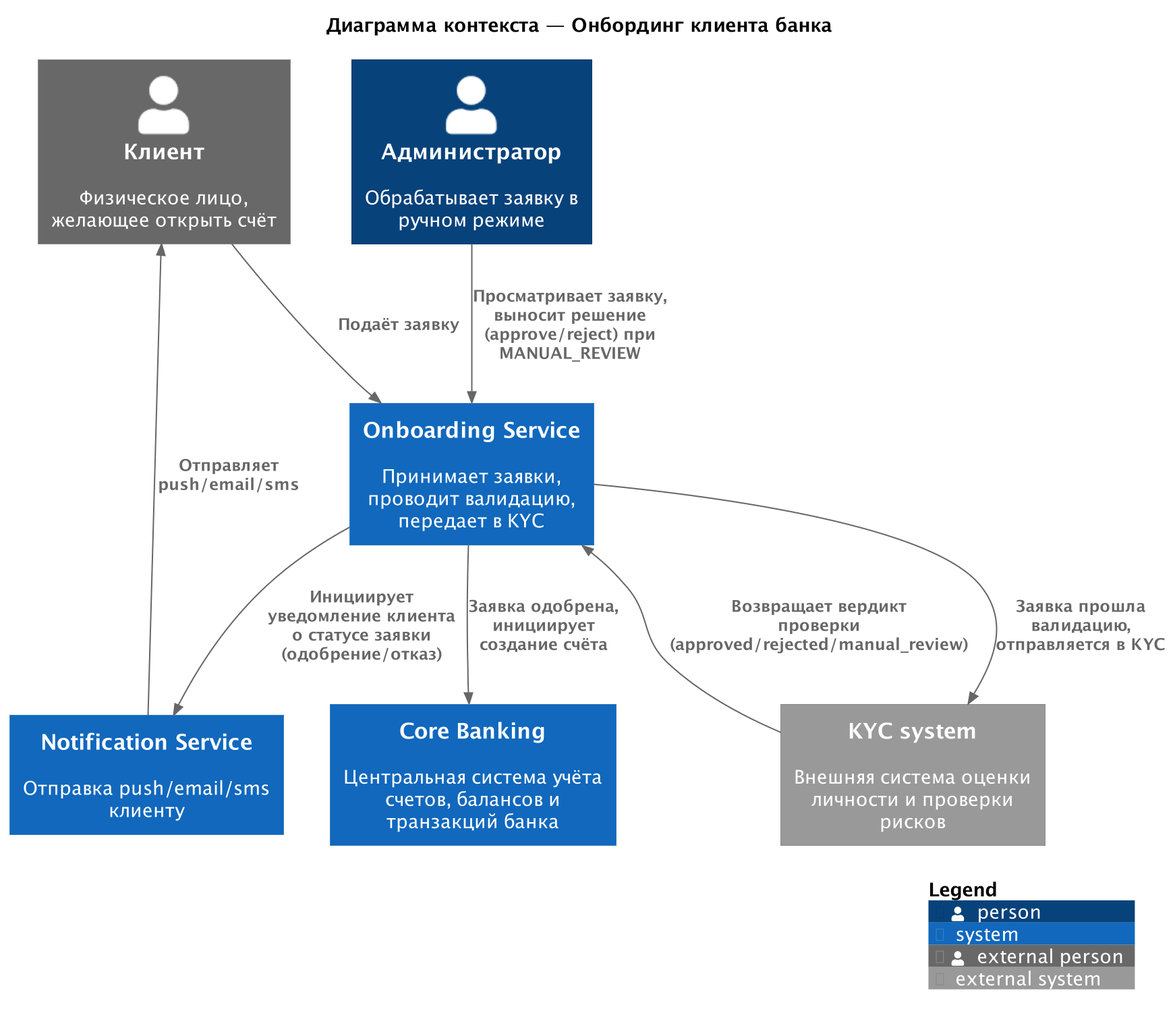
The PlantUML diagram diagrams/exports/C4_Context_Онбординг.png in PulyaIvan/digital-client-onboarding, before a commit. The source it was exported from:
```plantuml
@startuml C4_Context_Онбординг
!include https://raw.githubusercontent.com/plantuml-stdlib/C4-PlantUML/master/C4_Context.puml
title Диаграмма контекста — Онбординг клиента банка
scale 2

Person_Ext(Client, "Клиент", "Физическое лицо, желающее открыть счёт")
Person(Admin, "Администратор", "Обрабатывает заявку в ручном режиме")

System(Onboarding, "Onboarding Service", "Принимает заявки, проводит валидацию, передает в KYC")
System_Ext(KYC, "KYC system", "Внешняя система оценки личности и проверки рисков")
System(Core_Banking, "Core Banking", "Центральная система учёта счетов, балансов и транзакций банка")
System(Notification_service, "Notification Service", "Отправка push/email/sms клиенту")

Rel(Client, Onboarding, "Подаёт заявку")
Rel(Admin, Onboarding, "Просматривает заявку, выносит решение\n(approve/reject) при MANUAL_REVIEW")
Rel(Onboarding, KYC, "Заявка прошла валидацию, отправляется в KYC")
Rel(KYC, Onboarding, "Возвращает вердикт проверки\n(approved/rejected/manual_review)")
Rel(Onboarding, Core_Banking, "Заявка одобрена, инициирует\nсоздание счёта")
Rel(Onboarding, Notification_service, "Инициирует уведомление клиента\nо статусе заявки (одобрение/отказ)")
Rel(Notification_service, Client, "Отправляет push/email/sms")

SHOW_LEGEND()
@enduml
```
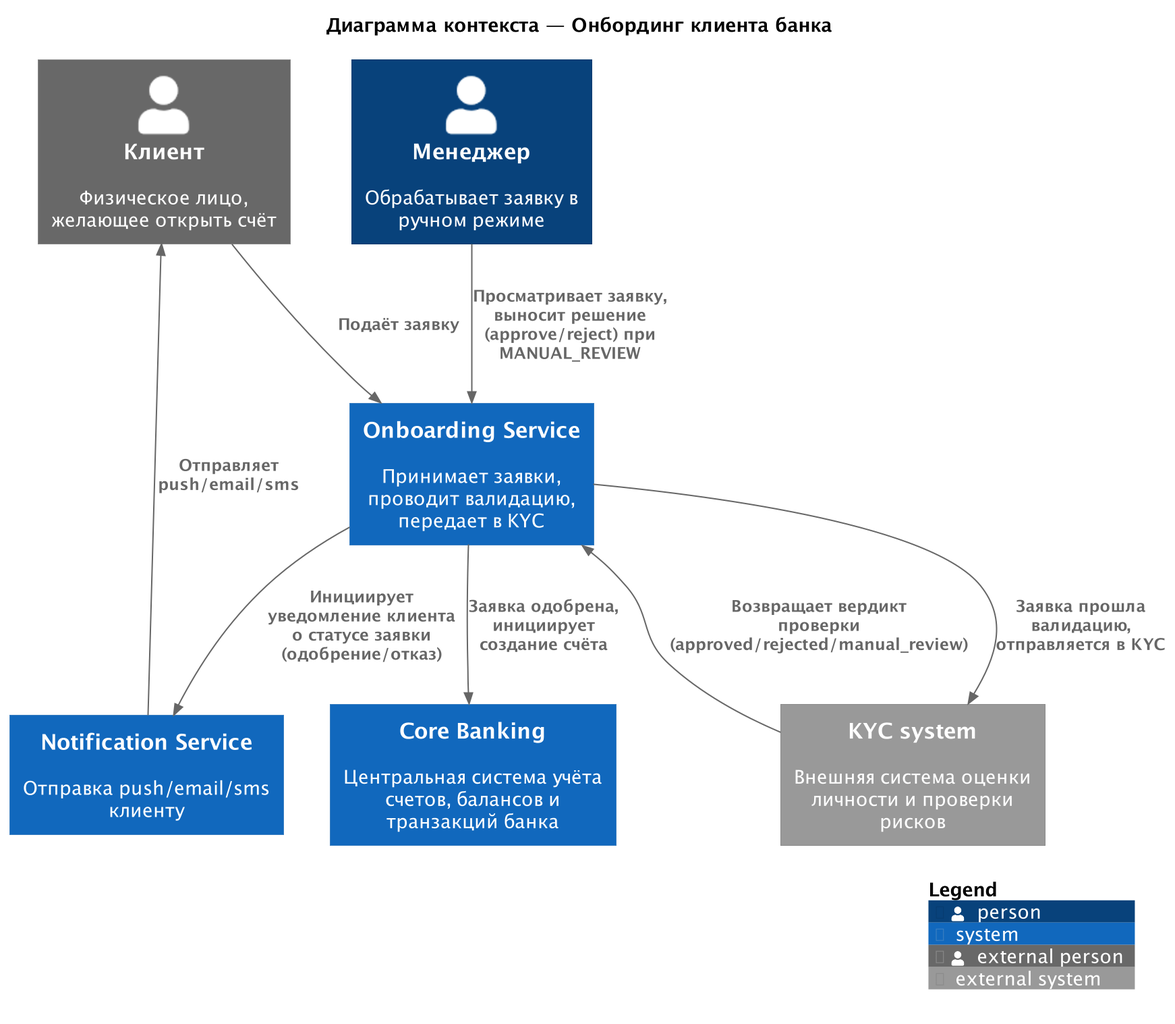
After the change.

The edit, as a diff of the source:
```diff
@@ -4,7 +4,7 @@
 scale 2
 
 Person_Ext(Client, "Клиент", "Физическое лицо, желающее открыть счёт")
-Person(Admin, "Администратор", "Обрабатывает заявку в ручном режиме")
+Person(Manager, "Менеджер", "Обрабатывает заявку в ручном режиме")
 
 System(Onboarding, "Onboarding Service", "Принимает заявки, проводит валидацию, передает в KYC")
 System_Ext(KYC, "KYC system", "Внешняя система оценки личности и проверки рисков")
@@ -12,7 +12,7 @@
 System(Notification_service, "Notification Service", "Отправка push/email/sms клиенту")
 
 Rel(Client, Onboarding, "Подаёт заявку")
-Rel(Admin, Onboarding, "Просматривает заявку, выносит решение\n(approve/reject) при MANUAL_REVIEW")
+Rel(Manager, Onboarding, "Просматривает заявку, выносит решение\n(approve/reject) при MANUAL_REVIEW")
 Rel(Onboarding, KYC, "Заявка прошла валидацию, отправляется в KYC")
 Rel(KYC, Onboarding, "Возвращает вердикт проверки\n(approved/rejected/manual_review)")
 Rel(Onboarding, Core_Banking, "Заявка одобрена, инициирует\nсоздание счёта")
```
